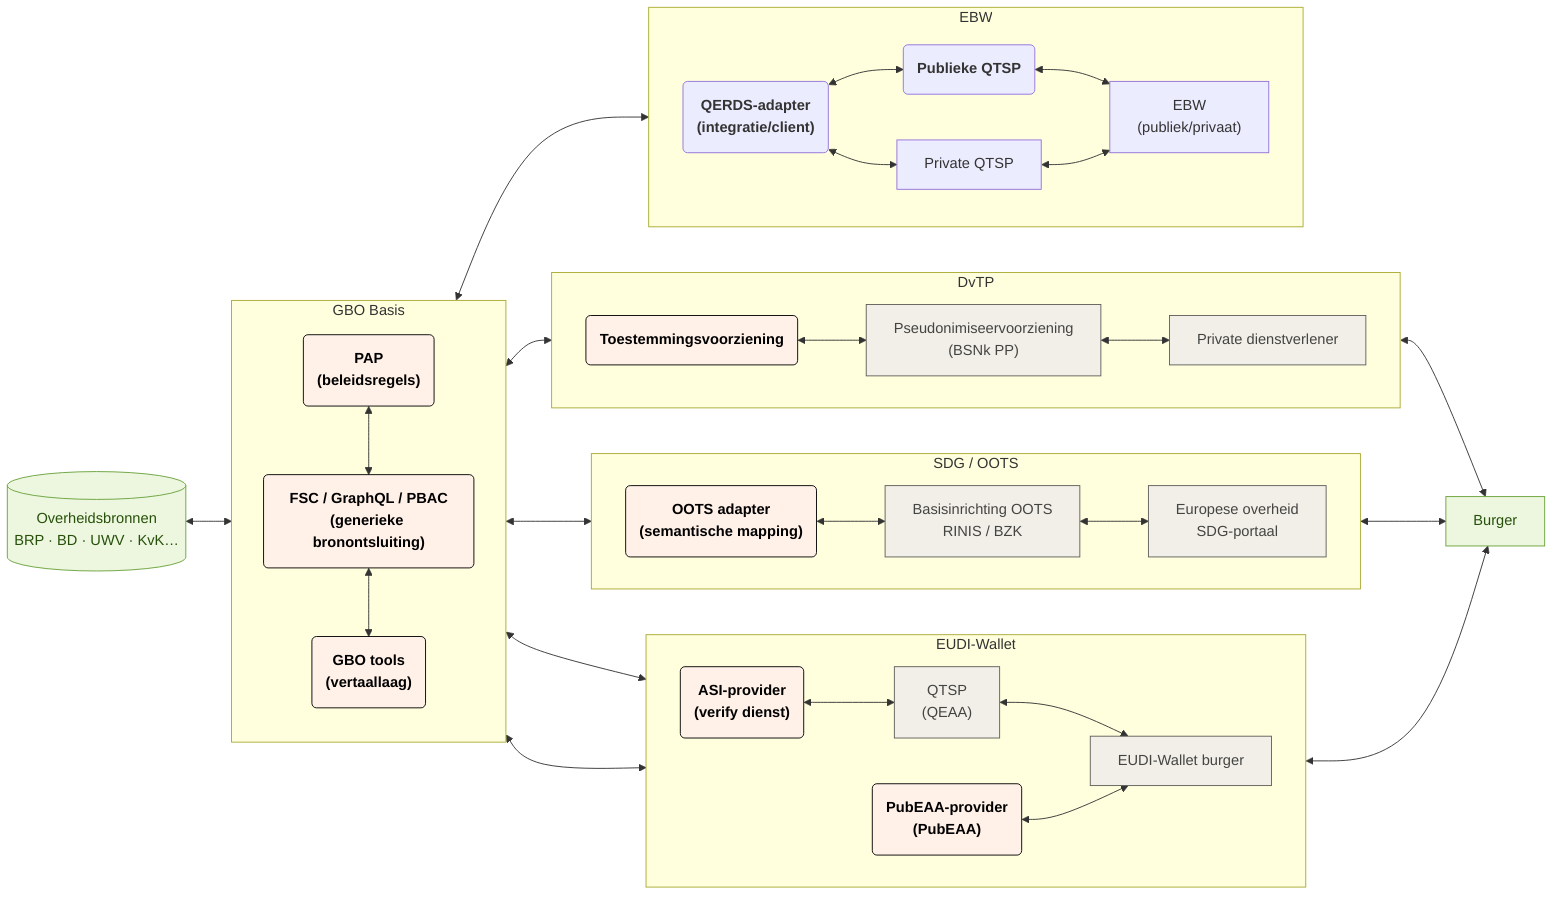
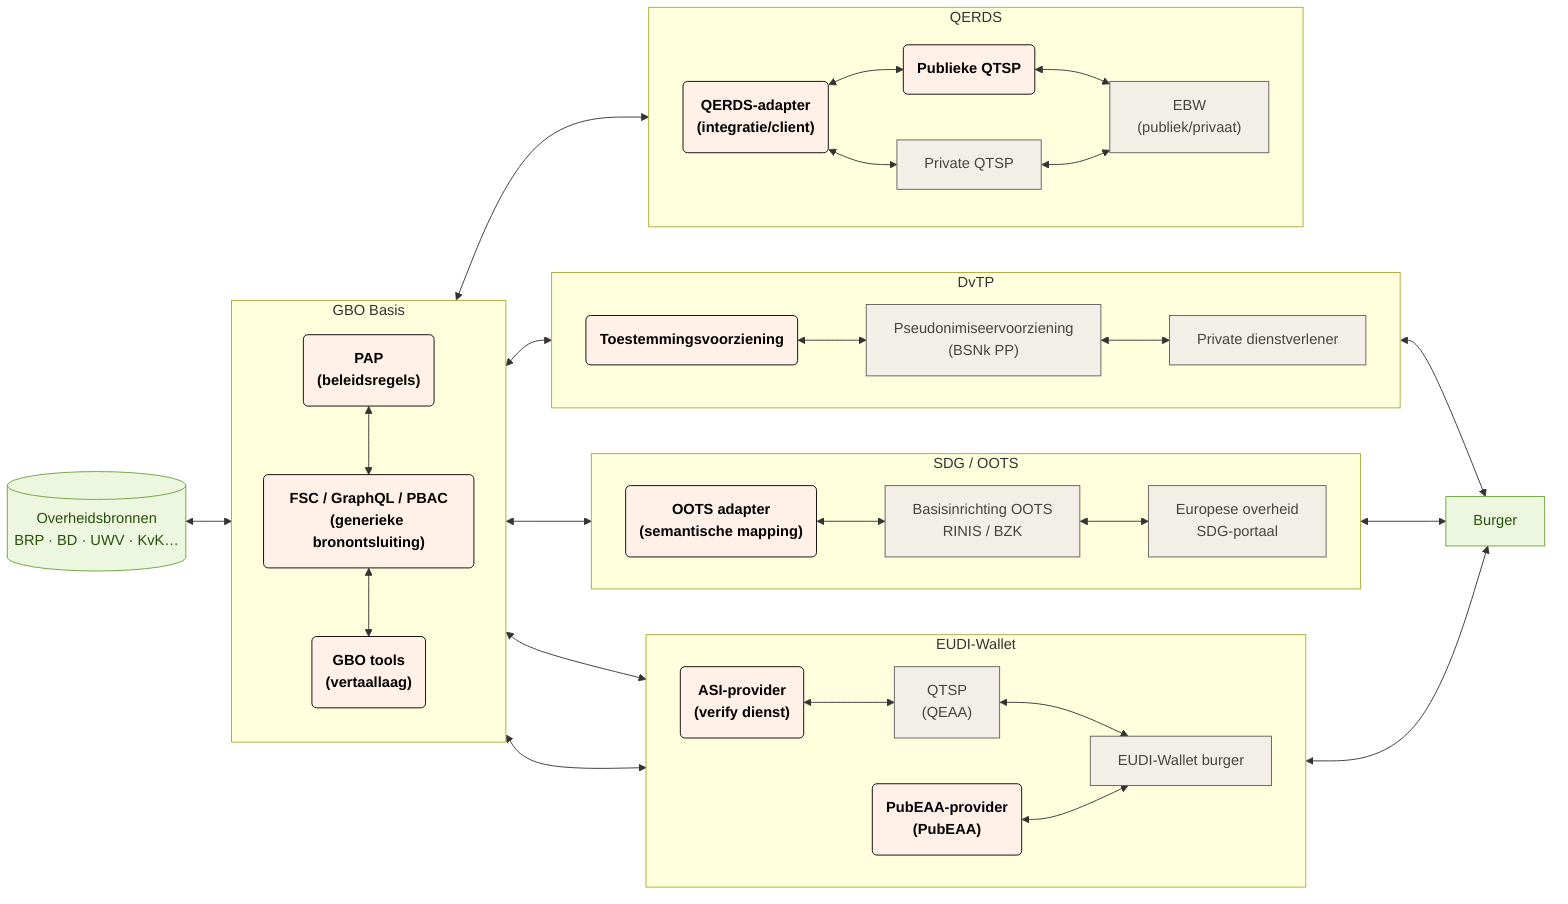
flowchart LR
  subgraph gbo["GBO Basis"]
    direction TB
        fsc_pap("`**PAP<br>(beleidsregels)**`")
        fsc("`**FSC / GraphQL / PBAC<br>(generieke bronontsluiting)**`")
        fsc_tools("`**GBO tools<br>(vertaallaag)**`")
  end
  subgraph eudi["EUDI-Wallet"]
    direction LR
        eudi_asi("`**ASI-provider<br>(verify dienst)**`")
        eudi_pubeaa("`**PubEAA-provider<br>(PubEAA)**`")
        eudi_qeaa["QTSP<br>(QEAA)"]
        eudi_wallet["EUDI-Wallet burger"]
  end
  subgraph oots["SDG / OOTS"]
    direction LR
        oots_adapter("`**OOTS adapter<br>(semantische mapping)**`")
        oots_basis["Basisinrichting OOTS<br>RINIS / BZK"]
        oots_afnemer["Europese overheid<br>SDG-portaal"]
  end
  subgraph dvtp["DvTP"]
    direction LR
        dvtp_toestemming("`**Toestemmingsvoorziening**`")
        dvtp_pseudoniem["Pseudonimiseervoorziening<br>(BSNk PP)"]
        dvtp_afnemer["Private dienstverlener"]
  end
-   subgraph ebw["EBW"]
+   subgraph ebw["QERDS"]
     direction LR
        ebw_qerds_adapter("`**QERDS-adapter<br>(integratie/client)**`")
        ebw_pub_qtsp("`**Publieke QTSP**`")
        ebw_qtsp["Private QTSP"]
        ebw_wallet["EBW<br>(publiek/privaat)"]
  end

  fsc_pap <--> fsc
  fsc <--> fsc_tools
  bron[("Overheidsbronnen<br>BRP · BD · UWV · KvK…")] <--> gbo
  eudi_asi <--> eudi_qeaa
  eudi_qeaa <--> eudi_wallet
  gbo <--> eudi_asi & eudi_pubeaa & oots_adapter & dvtp_toestemming & ebw_qerds_adapter
  eudi_pubeaa <--> eudi_wallet
  oots_adapter <--> oots_basis
  oots_basis <--> oots_afnemer
  dvtp_toestemming <--> dvtp_pseudoniem
  dvtp_pseudoniem <--> dvtp_afnemer
  ebw_qerds_adapter <--> ebw_pub_qtsp <--> ebw_wallet
  ebw_qerds_adapter <--> ebw_qtsp <--> ebw_wallet
  eudi_wallet <--> burger["Burger"]
  oots_afnemer <--> burger
  dvtp_afnemer <--> burger

  fsc_pap:::gbo
  fsc:::gbo
  fsc_tools:::gbo
+   ebw_qerds_adapter:::gbo
+   ebw_pub_qtsp:::gbo
+   ebw_qtsp:::eudi
+   ebw_wallet:::eudi
  eudi_asi:::gbo
  eudi_pubeaa:::gbo
  eudi_qeaa:::eudi
  eudi_wallet:::eudi
  oots_adapter:::gbo
  oots_basis:::oots
  oots_afnemer:::oots
  dvtp_toestemming:::gbo
  dvtp_pseudoniem:::dvtp
  dvtp_afnemer:::dvtp
  bron:::bron
  burger:::burger

  classDef bron fill:#edf7df,stroke:#6aa13a,color:#27500a
  classDef generiek fill:#f1efe8,stroke:#5f5e5a,color:#444441
  classDef eudi fill:#f1efe8,stroke:#5f5e5a,color:#444441
  classDef oots fill:#f1efe8,stroke:#5f5e5a,color:#444441
  classDef dvtp fill:#f1efe8,stroke:#5f5e5a,color:#444441
  classDef gbo fill:#fff0e8,stroke:#000000,color:#000000
  classDef burger fill:#edf7df,stroke:#6aa13a,color:#27500a
